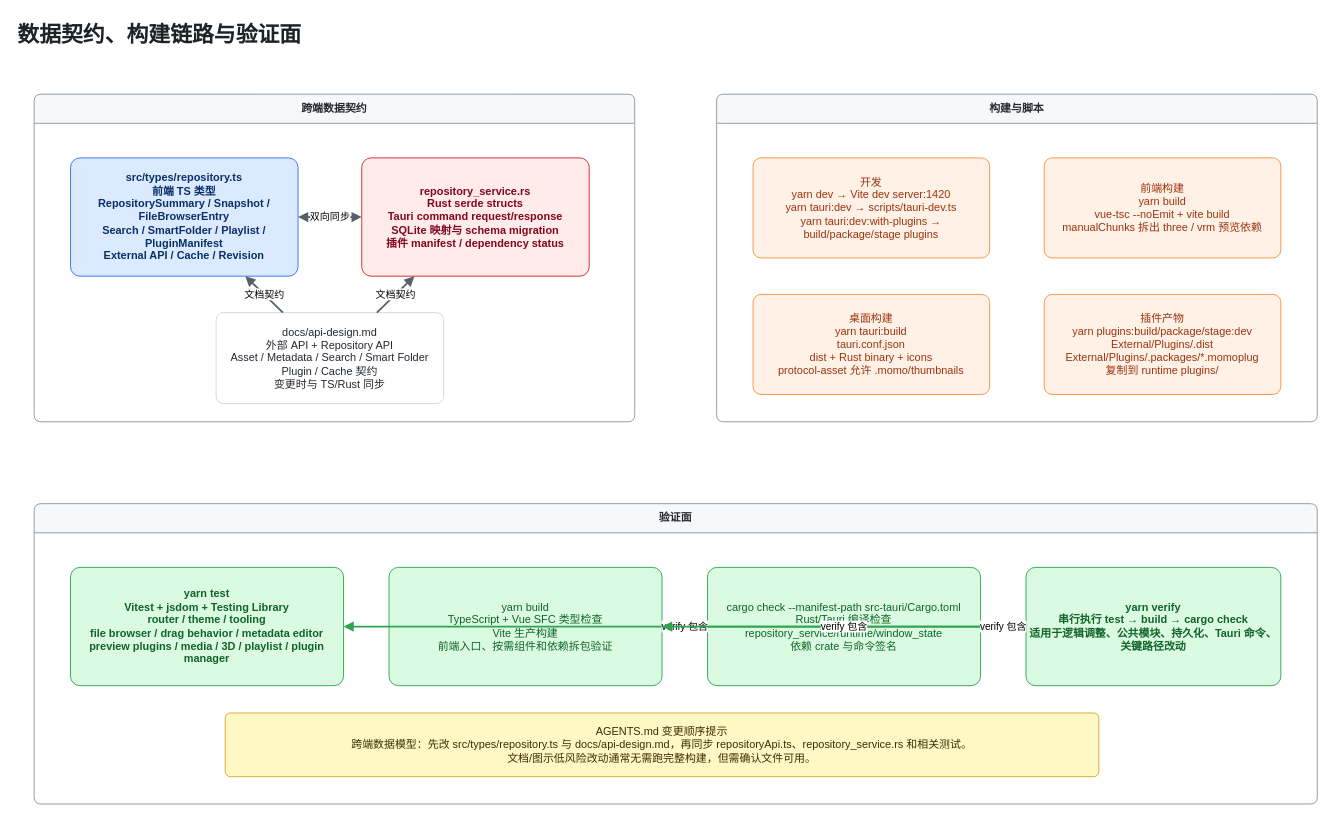
The draw.io diagram page "05 契约与验证" (5 of 6) of docs/project-architecture.drawio in sena-nana/MomoBako, before the edit. Source tidied: cells renumbered, new cells numbered last; positions are measured from the earlier drawing's top-left corner, leaving out a move shared by most shapes. Both pictures are drawn from the tidied source at 91%, with x=0, y=0 at pixel (15, 15).
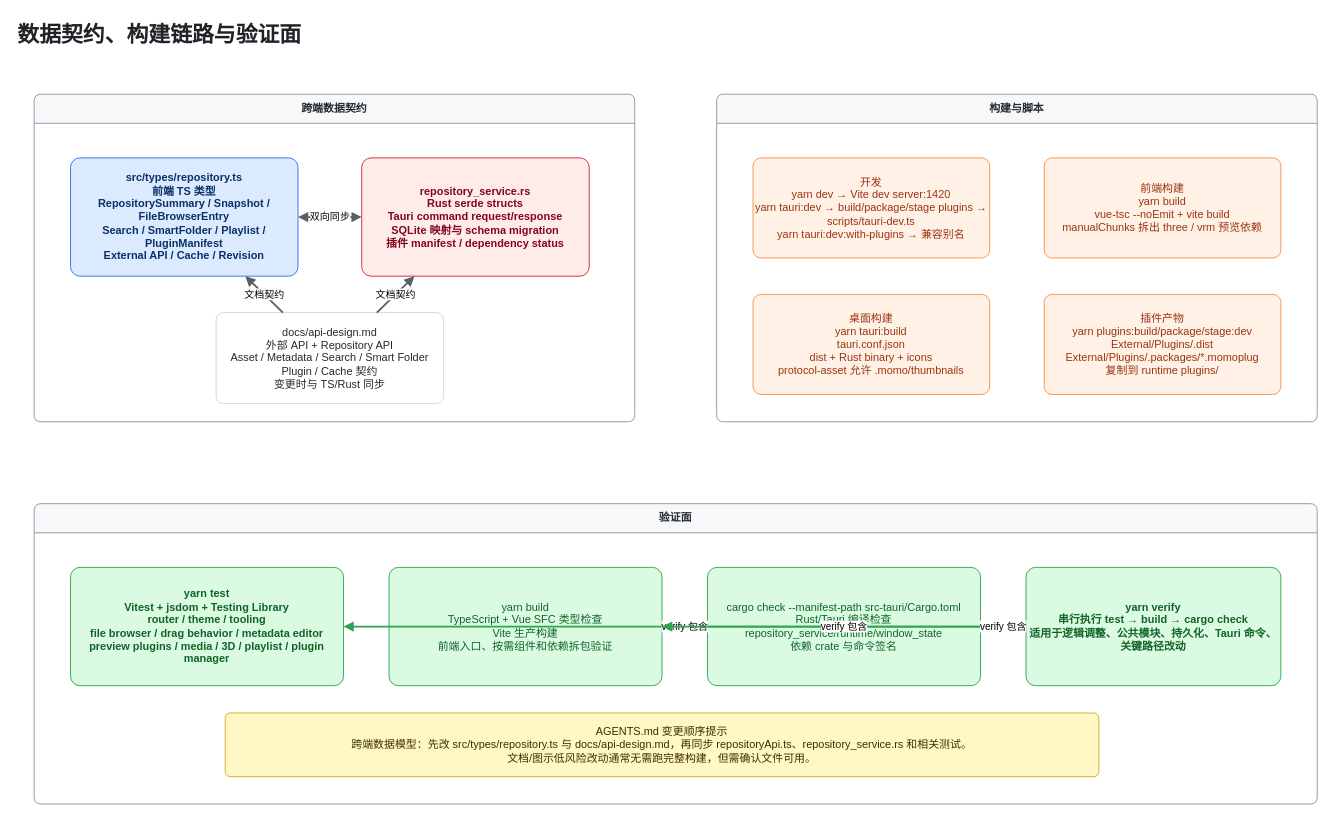
The same page after the edit.

The change refers to these unchanged cells:
```xml
<mxCell id="7" value="构建与脚本" style="swimlane;whiteSpace=wrap;html=1;rounded=1;startSize=32;fillColor=#f6f8fa;strokeColor=#8c959f;fontColor=#24292f;arcSize=8;fontStyle=1;" parent="1" vertex="1">
  <mxGeometry x="770" y="86" width="660" height="360" as="geometry" />
</mxCell>
```

What changed in the source:
```diff
@@
-    <mxCell id="8" value="开发&#10;yarn dev → Vite dev server:1420&#10;yarn tauri:dev → scripts/tauri-dev.ts&#10;yarn tauri:dev:with-plugins → build/package/stage plugins" style="rounded=1;whiteSpace=wrap;html=1;fillColor=#fff1e5;strokeColor=#fb8f44;fontColor=#9a3412;arcSize=8;" parent="7" vertex="1">
+    <mxCell id="8" value="开发&#10;yarn dev → Vite dev server:1420&#10;yarn tauri:dev → build/package/stage plugins → scripts/tauri-dev.ts&#10;yarn tauri:dev:with-plugins → 兼容别名" style="rounded=1;whiteSpace=wrap;html=1;fillColor=#fff1e5;strokeColor=#fb8f44;fontColor=#9a3412;arcSize=8;" parent="7" vertex="1">
       <mxGeometry x="40" y="70" width="260" height="110" as="geometry" />
     </mxCell>
```
